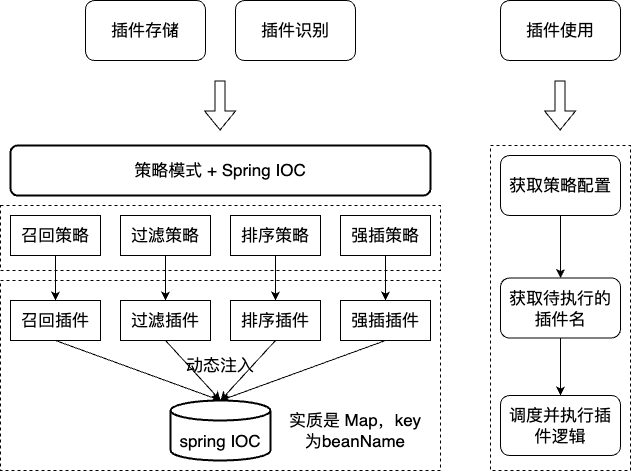
liujunao/draw-data keeps this draw.io diagram as work-draw-file/标签复用之详细说明.png. Above is the earlier version. Source tidied: cells renumbered, new cells last; positions are measured from the earlier drawing's top-left corner, leaving out a move shared by most shapes. Source of this version:
```xml
<mxGraphModel>
  <root>
    <mxCell id="0" />
    <mxCell id="1" parent="0" />
    <mxCell id="2" style="rounded=0;whiteSpace=wrap;html=1;dashed=1;" parent="1" vertex="1">
      <mxGeometry x="490" y="145" width="140" height="325" as="geometry" />
    </mxCell>
    <mxCell id="3" style="rounded=0;whiteSpace=wrap;html=1;dashed=1;" parent="1" vertex="1">
      <mxGeometry y="205" width="440" height="65" as="geometry" />
    </mxCell>
    <mxCell id="4" style="rounded=0;whiteSpace=wrap;html=1;dashed=1;" parent="1" vertex="1">
      <mxGeometry y="280" width="440" height="190" as="geometry" />
    </mxCell>
    <mxCell id="5" value="&lt;font style=&quot;font-size: 17px;&quot;&gt;策略模式 + Spring IOC&lt;/font&gt;" style="rounded=1;whiteSpace=wrap;html=1;absoluteArcSize=1;arcSize=14;strokeWidth=2;fillColor=#FFFFFF;" parent="1" vertex="1">
      <mxGeometry x="10" y="145" width="420" height="50" as="geometry" />
    </mxCell>
    <mxCell id="6" value="&lt;font size=&quot;3&quot;&gt;插件存储&lt;/font&gt;" style="rounded=1;whiteSpace=wrap;html=1;" parent="1" vertex="1">
      <mxGeometry x="85" width="120" height="60" as="geometry" />
    </mxCell>
    <mxCell id="7" value="&lt;font size=&quot;3&quot;&gt;插件识别&lt;/font&gt;" style="rounded=1;whiteSpace=wrap;html=1;" parent="1" vertex="1">
      <mxGeometry x="235" width="120" height="60" as="geometry" />
    </mxCell>
    <mxCell id="8" value="&lt;font size=&quot;3&quot;&gt;插件使用&lt;/font&gt;" style="rounded=1;whiteSpace=wrap;html=1;" parent="1" vertex="1">
      <mxGeometry x="500" width="120" height="60" as="geometry" />
    </mxCell>
    <mxCell id="9" style="edgeStyle=orthogonalEdgeStyle;rounded=0;jettySize=auto;html=1;exitX=0.5;exitY=1;exitDx=0;exitDy=0;" parent="1" edge="1" source="10" target="17">
      <mxGeometry relative="1" as="geometry" />
    </mxCell>
    <mxCell id="10" value="&lt;font size=&quot;3&quot;&gt;召回策略&lt;/font&gt;" style="rounded=0;whiteSpace=wrap;html=1;" parent="1" vertex="1">
      <mxGeometry x="10" y="215" width="90" height="40" as="geometry" />
    </mxCell>
    <mxCell id="11" style="edgeStyle=orthogonalEdgeStyle;rounded=0;jettySize=auto;html=1;exitX=0.5;exitY=1;exitDx=0;exitDy=0;" parent="1" edge="1" source="12" target="18">
      <mxGeometry relative="1" as="geometry" />
    </mxCell>
    <mxCell id="12" value="&lt;font size=&quot;3&quot;&gt;过滤策略&lt;/font&gt;" style="rounded=0;whiteSpace=wrap;html=1;" parent="1" vertex="1">
      <mxGeometry x="120" y="215" width="90" height="40" as="geometry" />
    </mxCell>
    <mxCell id="13" style="edgeStyle=orthogonalEdgeStyle;rounded=0;jettySize=auto;html=1;exitX=0.5;exitY=1;exitDx=0;exitDy=0;" parent="1" edge="1" source="14" target="20">
      <mxGeometry relative="1" as="geometry" />
    </mxCell>
    <mxCell id="14" value="&lt;font size=&quot;3&quot;&gt;排序策略&lt;/font&gt;" style="rounded=0;whiteSpace=wrap;html=1;" parent="1" vertex="1">
      <mxGeometry x="230" y="215" width="90" height="40" as="geometry" />
    </mxCell>
    <mxCell id="15" style="edgeStyle=orthogonalEdgeStyle;rounded=0;jettySize=auto;html=1;exitX=0.5;exitY=1;exitDx=0;exitDy=0;entryX=0.5;entryY=0;entryDx=0;entryDy=0;" parent="1" edge="1" source="16" target="21">
      <mxGeometry relative="1" as="geometry" />
    </mxCell>
    <mxCell id="16" value="&lt;font size=&quot;3&quot;&gt;强插策略&lt;/font&gt;" style="rounded=0;whiteSpace=wrap;html=1;" parent="1" vertex="1">
      <mxGeometry x="340" y="215" width="90" height="40" as="geometry" />
    </mxCell>
    <mxCell id="17" value="&lt;font size=&quot;3&quot;&gt;召回插件&lt;/font&gt;" style="rounded=0;whiteSpace=wrap;html=1;" parent="1" vertex="1">
      <mxGeometry x="10" y="300" width="90" height="40" as="geometry" />
    </mxCell>
    <mxCell id="18" value="&lt;font size=&quot;3&quot;&gt;过滤插件&lt;/font&gt;" style="rounded=0;whiteSpace=wrap;html=1;" parent="1" vertex="1">
      <mxGeometry x="120" y="300" width="90" height="40" as="geometry" />
    </mxCell>
    <mxCell id="19" style="rounded=0;jettySize=auto;html=1;exitX=0.5;exitY=1;exitDx=0;exitDy=0;entryX=0.5;entryY=0;entryDx=0;entryDy=0;entryPerimeter=0;" parent="1" edge="1" source="20" target="22">
      <mxGeometry relative="1" as="geometry" />
    </mxCell>
    <mxCell id="20" value="&lt;font size=&quot;3&quot;&gt;排序插件&lt;/font&gt;" style="rounded=0;whiteSpace=wrap;html=1;" parent="1" vertex="1">
      <mxGeometry x="230" y="300" width="90" height="40" as="geometry" />
    </mxCell>
    <mxCell id="21" value="&lt;font size=&quot;3&quot;&gt;强插插件&lt;/font&gt;" style="rounded=0;whiteSpace=wrap;html=1;" parent="1" vertex="1">
      <mxGeometry x="340" y="300" width="90" height="40" as="geometry" />
    </mxCell>
    <mxCell id="22" value="&lt;font size=&quot;3&quot;&gt;&lt;br&gt;spring IOC&lt;/font&gt;" style="strokeWidth=2;html=1;shape=mxgraph.flowchart.database;whiteSpace=wrap;" parent="1" vertex="1">
      <mxGeometry x="170" y="400" width="100" height="60" as="geometry" />
    </mxCell>
    <mxCell id="23" style="rounded=0;jettySize=auto;html=1;exitX=0.5;exitY=1;exitDx=0;exitDy=0;entryX=0.5;entryY=0;entryDx=0;entryDy=0;entryPerimeter=0;" parent="1" edge="1" source="18" target="22">
      <mxGeometry relative="1" as="geometry" />
    </mxCell>
    <mxCell id="24" style="rounded=0;jettySize=auto;html=1;exitX=0.5;exitY=1;exitDx=0;exitDy=0;entryX=0.5;entryY=0;entryDx=0;entryDy=0;entryPerimeter=0;" parent="1" edge="1" source="21" target="22">
      <mxGeometry relative="1" as="geometry" />
    </mxCell>
    <mxCell id="25" style="rounded=0;jettySize=auto;html=1;exitX=0.5;exitY=1;exitDx=0;exitDy=0;entryX=0.5;entryY=0;entryDx=0;entryDy=0;entryPerimeter=0;" parent="1" edge="1" source="17" target="22">
      <mxGeometry relative="1" as="geometry" />
    </mxCell>
    <mxCell id="26" value="&lt;font size=&quot;3&quot;&gt;动态注入&lt;/font&gt;" style="text;html=1;strokeColor=none;fillColor=none;align=center;verticalAlign=middle;whiteSpace=wrap;rounded=0;" parent="1" vertex="1">
      <mxGeometry x="185" y="350" width="70" height="30" as="geometry" />
    </mxCell>
    <mxCell id="27" style="shape=flexArrow;endArrow=classic;html=1;rounded=0;" parent="1" edge="1">
      <mxGeometry relative="1" as="geometry">
        <mxPoint x="219.6" y="80" as="sourcePoint" />
        <mxPoint x="219.6" y="130" as="targetPoint" />
      </mxGeometry>
    </mxCell>
    <mxCell id="28" value="&lt;font size=&quot;3&quot;&gt;实质是 Map，key 为beanName&lt;/font&gt;" style="text;html=1;strokeColor=none;fillColor=none;align=center;verticalAlign=middle;whiteSpace=wrap;rounded=0;" parent="1" vertex="1">
      <mxGeometry x="280" y="405" width="150" height="50" as="geometry" />
    </mxCell>
    <mxCell id="29" style="edgeStyle=orthogonalEdgeStyle;rounded=0;jettySize=auto;html=1;exitX=0.5;exitY=1;exitDx=0;exitDy=0;" parent="1" edge="1" source="30" target="32">
      <mxGeometry relative="1" as="geometry" />
    </mxCell>
    <mxCell id="30" value="&lt;font size=&quot;3&quot;&gt;获取策略配置&lt;/font&gt;" style="rounded=1;whiteSpace=wrap;html=1;" parent="1" vertex="1">
      <mxGeometry x="500" y="155" width="120" height="60" as="geometry" />
    </mxCell>
    <mxCell id="31" style="edgeStyle=orthogonalEdgeStyle;rounded=0;jettySize=auto;html=1;exitX=0.5;exitY=1;exitDx=0;exitDy=0;entryX=0.5;entryY=0;entryDx=0;entryDy=0;" parent="1" edge="1" source="32" target="33">
      <mxGeometry relative="1" as="geometry" />
    </mxCell>
    <mxCell id="32" value="&lt;font size=&quot;3&quot;&gt;获取待执行的插件名&lt;/font&gt;" style="rounded=1;whiteSpace=wrap;html=1;" parent="1" vertex="1">
      <mxGeometry x="500" y="277.5" width="120" height="60" as="geometry" />
    </mxCell>
    <mxCell id="33" value="&lt;font size=&quot;3&quot;&gt;调度并执行插件逻辑&lt;/font&gt;" style="rounded=1;whiteSpace=wrap;html=1;" parent="1" vertex="1">
      <mxGeometry x="500" y="395" width="120" height="60" as="geometry" />
    </mxCell>
    <mxCell id="34" style="shape=flexArrow;endArrow=classic;html=1;rounded=0;" parent="1" edge="1">
      <mxGeometry relative="1" as="geometry">
        <mxPoint x="559.6" y="80" as="sourcePoint" />
        <mxPoint x="559.6" y="130" as="targetPoint" />
      </mxGeometry>
    </mxCell>
  </root>
</mxGraphModel>
```
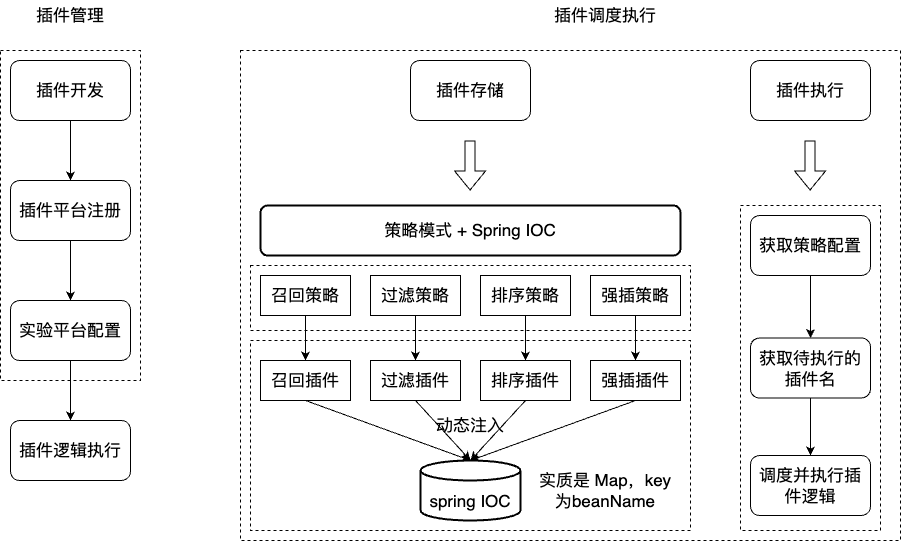
After the commit.

Commit message:
更新标签复用之详细说明.png

Diff of the diagram source:
```diff
@@ -2,6 +2,12 @@
   <root>
     <mxCell id="0" />
     <mxCell id="1" parent="0" />
+    <mxCell id="35" style="rounded=0;whiteSpace=wrap;html=1;dashed=1;" parent="1" vertex="1">
+      <mxGeometry x="-10" y="-10" width="660" height="490" as="geometry" />
+    </mxCell>
+    <mxCell id="36" style="rounded=0;whiteSpace=wrap;html=1;dashed=1;" parent="1" vertex="1">
+      <mxGeometry x="-250" y="-10" width="140" height="330" as="geometry" />
+    </mxCell>
     <mxCell id="2" style="rounded=0;whiteSpace=wrap;html=1;dashed=1;" parent="1" vertex="1">
       <mxGeometry x="490" y="145" width="140" height="325" as="geometry" />
     </mxCell>
@@ -15,12 +21,9 @@
       <mxGeometry x="10" y="145" width="420" height="50" as="geometry" />
     </mxCell>
     <mxCell id="6" value="&lt;font size=&quot;3&quot;&gt;插件存储&lt;/font&gt;" style="rounded=1;whiteSpace=wrap;html=1;" parent="1" vertex="1">
-      <mxGeometry x="85" width="120" height="60" as="geometry" />
+      <mxGeometry x="160" width="120" height="60" as="geometry" />
     </mxCell>
-    <mxCell id="7" value="&lt;font size=&quot;3&quot;&gt;插件识别&lt;/font&gt;" style="rounded=1;whiteSpace=wrap;html=1;" parent="1" vertex="1">
-      <mxGeometry x="235" width="120" height="60" as="geometry" />
-    </mxCell>
-    <mxCell id="8" value="&lt;font size=&quot;3&quot;&gt;插件使用&lt;/font&gt;" style="rounded=1;whiteSpace=wrap;html=1;" parent="1" vertex="1">
+    <mxCell id="8" value="&lt;font size=&quot;3&quot;&gt;插件执行&lt;/font&gt;" style="rounded=1;whiteSpace=wrap;html=1;" parent="1" vertex="1">
       <mxGeometry x="500" width="120" height="60" as="geometry" />
     </mxCell>
     <mxCell id="9" style="edgeStyle=orthogonalEdgeStyle;rounded=0;jettySize=auto;html=1;exitX=0.5;exitY=1;exitDx=0;exitDy=0;" parent="1" edge="1" source="10" target="17">
@@ -107,5 +110,32 @@
         <mxPoint x="559.6" y="130" as="targetPoint" />
       </mxGeometry>
     </mxCell>
+    <mxCell id="37" style="edgeStyle=orthogonalEdgeStyle;rounded=0;jettySize=auto;html=1;exitX=0.5;exitY=1;exitDx=0;exitDy=0;" parent="1" edge="1" source="38" target="40">
+      <mxGeometry relative="1" as="geometry" />
+    </mxCell>
+    <mxCell id="38" value="&lt;font size=&quot;3&quot;&gt;插件开发&lt;/font&gt;" style="rounded=1;whiteSpace=wrap;html=1;" parent="1" vertex="1">
+      <mxGeometry x="-240" width="120" height="60" as="geometry" />
+    </mxCell>
+    <mxCell id="39" style="edgeStyle=orthogonalEdgeStyle;rounded=0;jettySize=auto;html=1;exitX=0.5;exitY=1;exitDx=0;exitDy=0;entryX=0.5;entryY=0;entryDx=0;entryDy=0;" parent="1" edge="1" source="40" target="42">
+      <mxGeometry relative="1" as="geometry" />
+    </mxCell>
+    <mxCell id="40" value="&lt;font size=&quot;3&quot;&gt;插件平台注册&lt;/font&gt;" style="rounded=1;whiteSpace=wrap;html=1;" parent="1" vertex="1">
+      <mxGeometry x="-240" y="120" width="120" height="60" as="geometry" />
+    </mxCell>
+    <mxCell id="41" style="edgeStyle=orthogonalEdgeStyle;rounded=0;jettySize=auto;html=1;exitX=0.5;exitY=1;exitDx=0;exitDy=0;entryX=0.5;entryY=0;entryDx=0;entryDy=0;" parent="1" edge="1" source="42" target="43">
+      <mxGeometry relative="1" as="geometry" />
+    </mxCell>
+    <mxCell id="42" value="&lt;font size=&quot;3&quot;&gt;实验平台配置&lt;/font&gt;" style="rounded=1;whiteSpace=wrap;html=1;" parent="1" vertex="1">
+      <mxGeometry x="-240" y="240" width="120" height="60" as="geometry" />
+    </mxCell>
+    <mxCell id="43" value="&lt;font size=&quot;3&quot;&gt;插件逻辑执行&lt;/font&gt;" style="rounded=1;whiteSpace=wrap;html=1;" parent="1" vertex="1">
+      <mxGeometry x="-240" y="360" width="120" height="60" as="geometry" />
+    </mxCell>
+    <mxCell id="44" value="&lt;font size=&quot;3&quot;&gt;插件管理&lt;/font&gt;" style="text;html=1;strokeColor=none;fillColor=none;align=center;verticalAlign=middle;whiteSpace=wrap;rounded=0;" parent="1" vertex="1">
+      <mxGeometry x="-225" y="-60" width="90" height="30" as="geometry" />
+    </mxCell>
+    <mxCell id="45" value="&lt;font size=&quot;3&quot;&gt;插件调度执行&lt;/font&gt;" style="text;html=1;strokeColor=none;fillColor=none;align=center;verticalAlign=middle;whiteSpace=wrap;rounded=0;" parent="1" vertex="1">
+      <mxGeometry x="300" y="-60" width="110" height="30" as="geometry" />
+    </mxCell>
   </root>
 </mxGraphModel>
```
